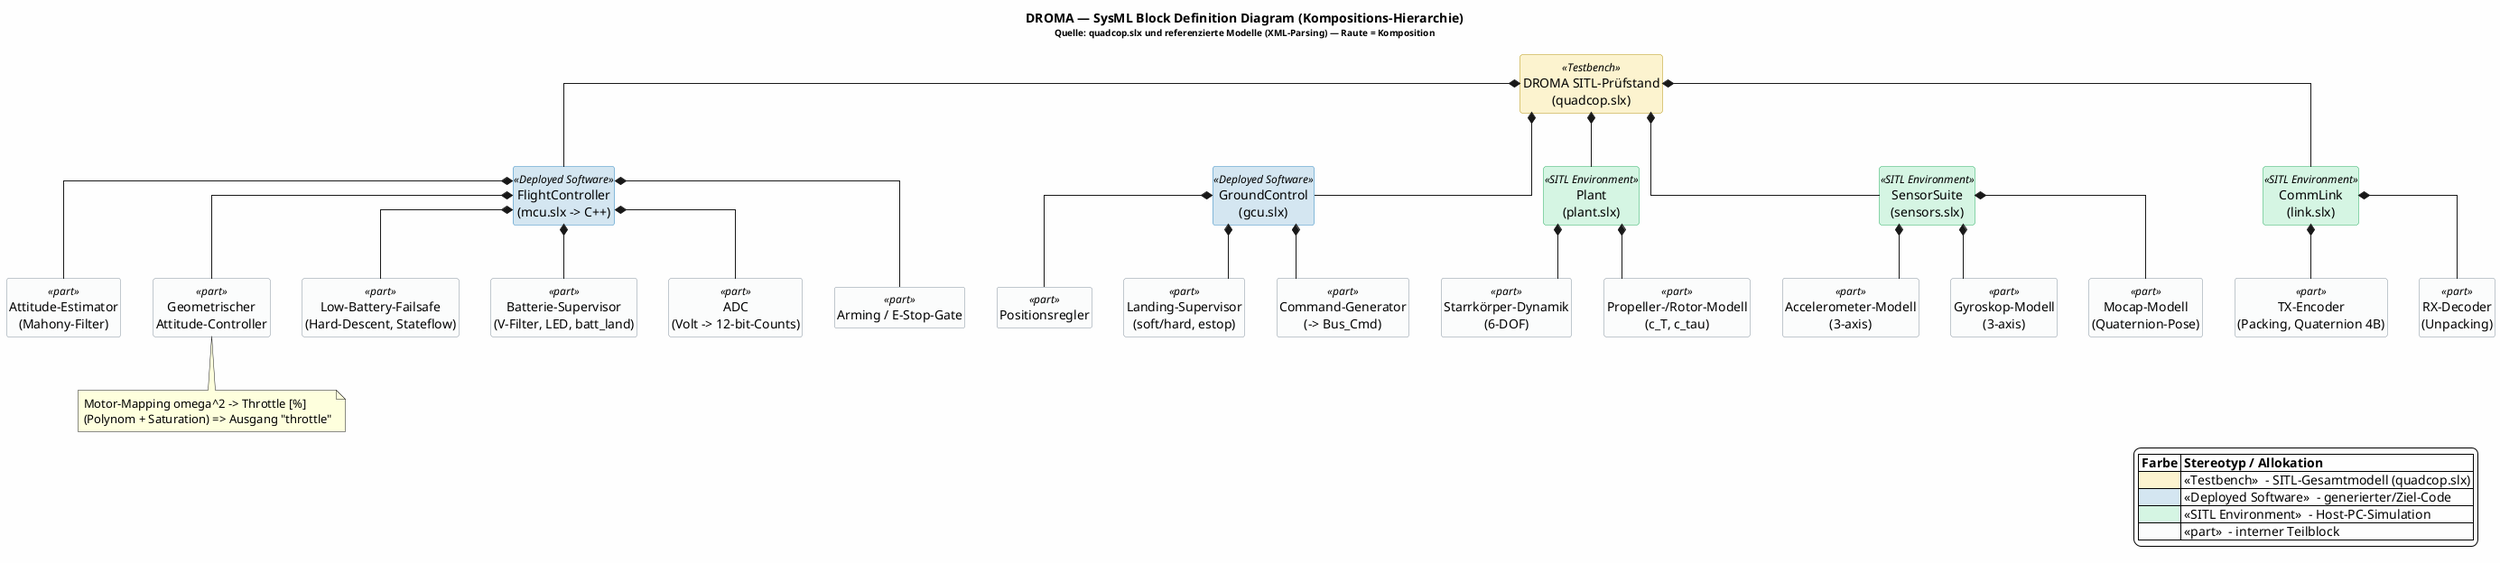
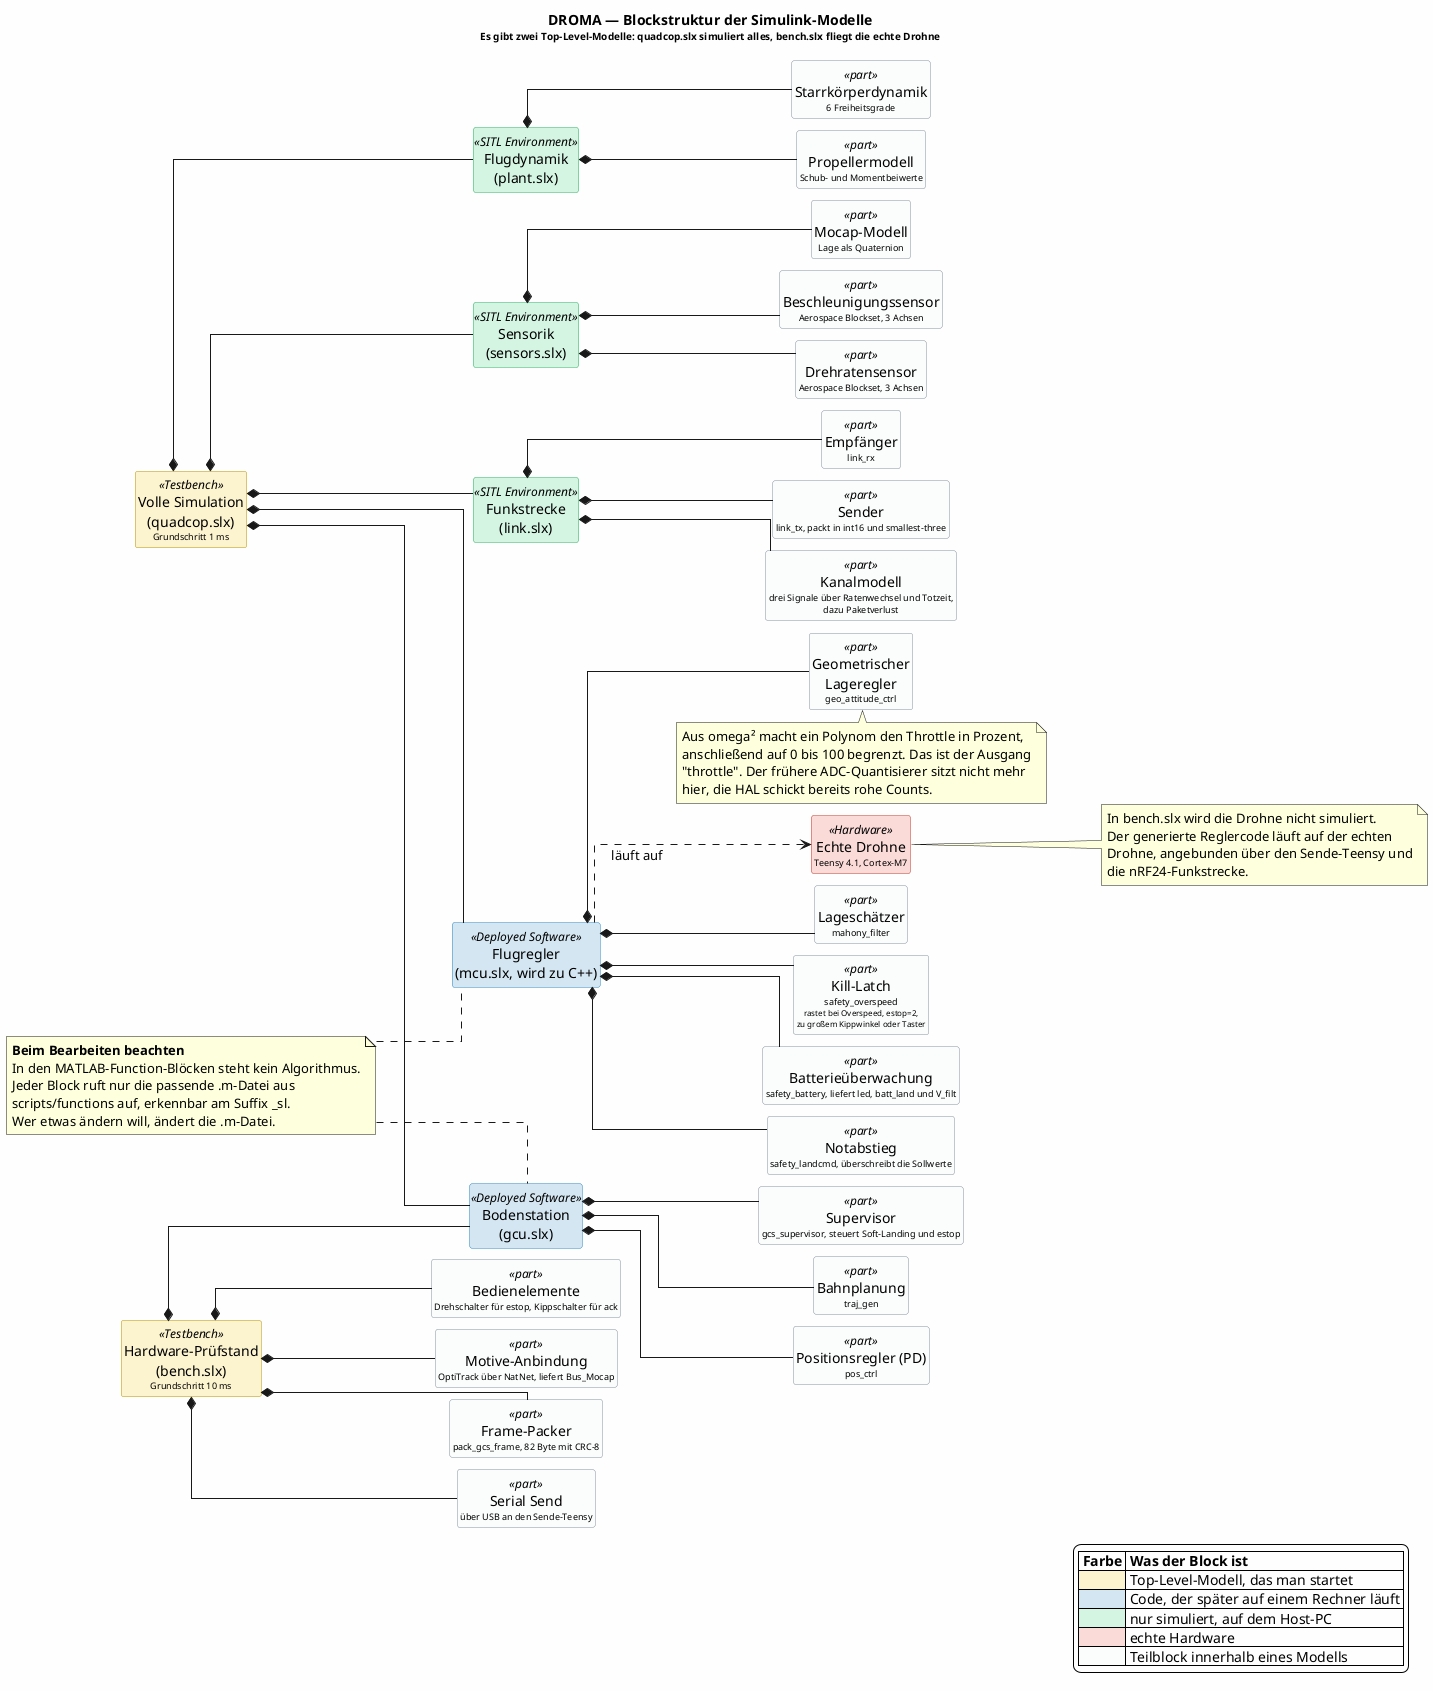
@startuml DROMA_BDD
' =====================================================================
'  DROMA — SysML Block Definition Diagram (Kompositions-Hierarchie)
- '  Quelle: quadcop.slx + plant/sensors/mcu/link/gcu.slx  (XML-Parsing)
- '  Zeigt: welcher Block AUS WELCHEN Teilen besteht (schwarze Raute = Komposition)
+ '  Quelle: quadcop.slx / bench.slx + mcu/gcu/plant/sensors/link.slx
+ '          (aus den .slx-Archiven geparst)
+ '  Die schwarze Raute zeigt, woraus ein Block besteht.
' =====================================================================
+ left to right direction
skinparam backgroundColor #FEFEFE
skinparam shadowing false
skinparam linetype ortho
+ skinparam nodesep 12
+ skinparam ranksep 55
skinparam defaultFontName "Segoe UI"
hide empty members
hide circle
skinparam class {
  BackgroundColor<<Deployed Software>> #D4E6F1
  BorderColor<<Deployed Software>>     #2E86C1
  BackgroundColor<<SITL Environment>>  #D5F5E3
  BorderColor<<SITL Environment>>      #27AE60
  BackgroundColor<<Testbench>>         #FCF3CF
  BorderColor<<Testbench>>             #B7950B
+   BackgroundColor<<Hardware>>          #FADBD8
+   BorderColor<<Hardware>>              #C0392B
  BackgroundColor<<part>>              #FBFCFC
  BorderColor<<part>>                  #85929E
  FontColor black
}

- title <b>DROMA — SysML Block Definition Diagram (Kompositions-Hierarchie)</b>\n<size:10>Quelle: quadcop.slx und referenzierte Modelle (XML-Parsing) — Raute = Komposition</size>
+ title <b>DROMA — Blockstruktur der Simulink-Modelle</b>\n<size:10>Es gibt zwei Top-Level-Modelle: quadcop.slx simuliert alles, bench.slx fliegt die echte Drohne</size>

- ' =====================  EBENE 0: Prüfstand  ==========================
- class "DROMA SITL-Prüfstand\n(quadcop.slx)" as SYS <<Testbench>>
+ ' =====================  EBENE 0: die zwei Harnesses  =================
+ class "Volle Simulation\n(quadcop.slx)\n<size:9>Grundschritt 1 ms</size>" as SYS <<Testbench>>
+ class "Hardware-Prüfstand\n(bench.slx)\n<size:9>Grundschritt 10 ms</size>" as BENCH <<Testbench>>

' =====================  EBENE 1: Komponenten  ========================
- class "FlightController\n(mcu.slx -> C++)" as MCU <<Deployed Software>>
- class "GroundControl\n(gcu.slx)"          as GCU <<Deployed Software>>
- class "Plant\n(plant.slx)"                as PLANT <<SITL Environment>>
- class "SensorSuite\n(sensors.slx)"        as SENS <<SITL Environment>>
- class "CommLink\n(link.slx)"              as LINK <<SITL Environment>>
+ class "Flugregler\n(mcu.slx, wird zu C++)" as MCU <<Deployed Software>>
+ class "Bodenstation\n(gcu.slx)"            as GCU <<Deployed Software>>
+ class "Flugdynamik\n(plant.slx)"           as PLANT <<SITL Environment>>
+ class "Sensorik\n(sensors.slx)"            as SENS <<SITL Environment>>
+ class "Funkstrecke\n(link.slx)"            as LINK <<SITL Environment>>

SYS *-- MCU
SYS *-- GCU
SYS *-- PLANT
SYS *-- SENS
SYS *-- LINK

- ' =====================  EBENE 2: FlightController  ===================
- class "Attitude-Estimator\n(Mahony-Filter)"            as F_EST  <<part>>
- class "Geometrischer\nAttitude-Controller"             as F_CTRL <<part>>
- class "Low-Battery-Failsafe\n(Hard-Descent, Stateflow)" as F_FS   <<part>>
- class "Batterie-Supervisor\n(V-Filter, LED, batt_land)" as F_BAT  <<part>>
- class "ADC\n(Volt -> 12-bit-Counts)"                   as F_ADC  <<part>>
- class "Arming / E-Stop-Gate"                           as F_ARM  <<part>>
+ ' --- bench.slx: gleiche Bodenstation, aber echte Sensorik und Funk ---
+ class "Motive-Anbindung\n<size:9>OptiTrack über NatNet, liefert Bus_Mocap</size>" as B_MOT <<part>>
+ class "Frame-Packer\n<size:9>pack_gcs_frame, 82 Byte mit CRC-8</size>"           as B_PKT <<part>>
+ class "Serial Send\n<size:9>über USB an den Sende-Teensy</size>"                 as B_SER <<part>>
+ class "Bedienelemente\n<size:9>Drehschalter für estop, Kippschalter für ack</size>" as B_UI <<part>>
+ 
+ BENCH *-- GCU
+ BENCH *-- B_MOT
+ BENCH *-- B_PKT
+ BENCH *-- B_SER
+ BENCH *-- B_UI
+ 
+ class "Echte Drohne\n<size:9>Teensy 4.1, Cortex-M7</size>" as HW <<Hardware>>
+ MCU ..> HW : läuft auf
+ note right of HW
+   In bench.slx wird die Drohne nicht simuliert.
+   Der generierte Reglercode läuft auf der echten
+   Drohne, angebunden über den Sende-Teensy und
+   die nRF24-Funkstrecke.
+ end note
+ 
+ ' =====================  EBENE 2: Flugregler  =========================
+ class "Lageschätzer\n<size:9>mahony_filter</size>"                        as F_EST  <<part>>
+ class "Geometrischer\nLageregler\n<size:9>geo_attitude_ctrl</size>"       as F_CTRL <<part>>
+ class "Kill-Latch\n<size:9>safety_overspeed</size>\n<size:8>rastet bei Overspeed, estop=2,</size>\n<size:8>zu großem Kippwinkel oder Taster</size>" as F_KILL <<part>>
+ class "Batterieüberwachung\n<size:9>safety_battery, liefert led, batt_land und V_filt</size>" as F_BAT <<part>>
+ class "Notabstieg\n<size:9>safety_landcmd, überschreibt die Sollwerte</size>" as F_LAND <<part>>
MCU *-- F_EST
MCU *-- F_CTRL
- MCU *-- F_FS
+ MCU *-- F_KILL
MCU *-- F_BAT
- MCU *-- F_ADC
- MCU *-- F_ARM
+ MCU *-- F_LAND
note bottom of F_CTRL
-   Motor-Mapping omega^2 -> Throttle [%]
-   (Polynom + Saturation) => Ausgang "throttle"
+   Aus omega² macht ein Polynom den Throttle in Prozent,
+   anschließend auf 0 bis 100 begrenzt. Das ist der Ausgang
+   "throttle". Der frühere ADC-Quantisierer sitzt nicht mehr
+   hier, die HAL schickt bereits rohe Counts.
end note

- ' =====================  EBENE 2: GroundControl  =====================
- class "Positionsregler"                as G_POS  <<part>>
- class "Landing-Supervisor\n(soft/hard, estop)" as G_LAND <<part>>
- class "Command-Generator\n(-> Bus_Cmd)" as G_CMD  <<part>>
+ ' =====================  EBENE 2: Bodenstation  ======================
+ class "Bahnplanung\n<size:9>traj_gen</size>"                                  as G_TRAJ <<part>>
+ class "Positionsregler (PD)\n<size:9>pos_ctrl</size>"                         as G_POS  <<part>>
+ class "Supervisor\n<size:9>gcs_supervisor, steuert Soft-Landing und estop</size>" as G_SUP <<part>>
+ GCU *-- G_TRAJ
GCU *-- G_POS
- GCU *-- G_LAND
- GCU *-- G_CMD
+ GCU *-- G_SUP

- ' =====================  EBENE 2: Plant  =============================
- class "Starrkörper-Dynamik\n(6-DOF)"        as P_RB   <<part>>
- class "Propeller-/Rotor-Modell\n(c_T, c_tau)" as P_PROP <<part>>
+ ' =====================  EBENE 2: Flugdynamik  =======================
+ class "Starrkörperdynamik\n<size:9>6 Freiheitsgrade</size>"                 as P_RB   <<part>>
+ class "Propellermodell\n<size:9>Schub- und Momentbeiwerte</size>"            as P_PROP <<part>>
PLANT *-- P_RB
PLANT *-- P_PROP

- ' =====================  EBENE 2: SensorSuite  =======================
- class "Accelerometer-Modell\n(3-axis)"   as S_ACC <<part>>
- class "Gyroskop-Modell\n(3-axis)"        as S_GYR <<part>>
- class "Mocap-Modell\n(Quaternion-Pose)"  as S_MOC <<part>>
+ ' =====================  EBENE 2: Sensorik  ==========================
+ class "Beschleunigungssensor\n<size:9>Aerospace Blockset, 3 Achsen</size>" as S_ACC <<part>>
+ class "Drehratensensor\n<size:9>Aerospace Blockset, 3 Achsen</size>"       as S_GYR <<part>>
+ class "Mocap-Modell\n<size:9>Lage als Quaternion</size>"                   as S_MOC <<part>>
SENS *-- S_ACC
SENS *-- S_GYR
SENS *-- S_MOC

- ' =====================  EBENE 2: CommLink  ==========================
- class "TX-Encoder\n(Packing, Quaternion 4B)" as L_TX <<part>>
- class "RX-Decoder\n(Unpacking)"              as L_RX <<part>>
+ ' =====================  EBENE 2: Funkstrecke  =======================
+ class "Sender\n<size:9>link_tx, packt in int16 und smallest-three</size>" as L_TX <<part>>
+ class "Kanalmodell\n<size:9>drei Signale über Ratenwechsel und Totzeit,</size>\n<size:9>dazu Paketverlust</size>" as L_CH <<part>>
+ class "Empfänger\n<size:9>link_rx</size>"                                 as L_RX <<part>>
LINK *-- L_TX
+ LINK *-- L_CH
LINK *-- L_RX

+ note as N_WRAP
+   <b>Beim Bearbeiten beachten</b>
+   In den MATLAB-Function-Blöcken steht kein Algorithmus.
+   Jeder Block ruft nur die passende .m-Datei aus
+   scripts/functions auf, erkennbar am Suffix _sl.
+   Wer etwas ändern will, ändert die .m-Datei.
+ end note
+ N_WRAP .. MCU
+ N_WRAP .. GCU
+ 
legend right
-   |= Farbe |= Stereotyp / Allokation |
-   |<#FCF3CF>   | <<Testbench>>  – SITL-Gesamtmodell (quadcop.slx) |
-   |<#D4E6F1>   | <<Deployed Software>>  – generierter/Ziel-Code |
-   |<#D5F5E3>   | <<SITL Environment>>  – Host-PC-Simulation |
-   |<#FBFCFC>   | <<part>>  – interner Teilblock |
+   |= Farbe |= Was der Block ist |
+   |<#FCF3CF>   | Top-Level-Modell, das man startet |
+   |<#D4E6F1>   | Code, der später auf einem Rechner läuft |
+   |<#D5F5E3>   | nur simuliert, auf dem Host-PC |
+   |<#FADBD8>   | echte Hardware |
+   |<#FBFCFC>   | Teilblock innerhalb eines Modells |
endlegend
@enduml
